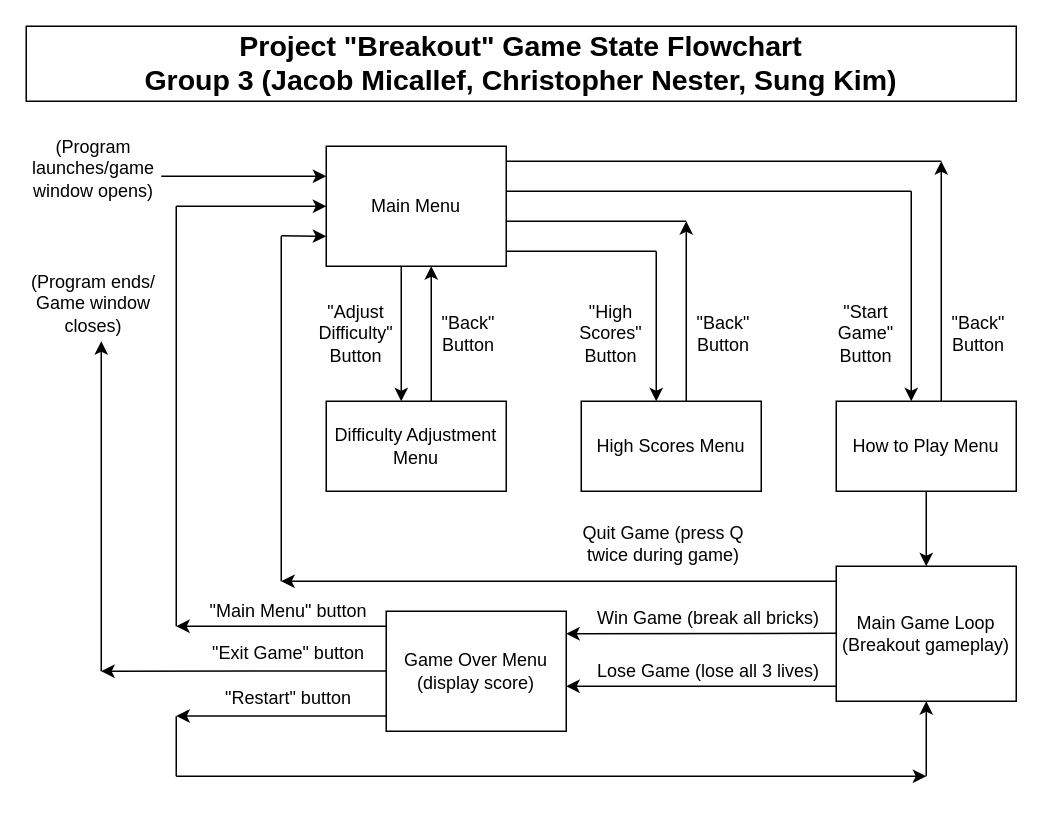
This is Documentation/Game State Flowchart.drawio from JMicallef97/CMSC-495---Breakout, a draw.io file, before an edit. Source tidied: cells renumbered, new cells numbered last; positions are measured from the earlier drawing's top-left corner, leaving out a move shared by most shapes. Both pictures are drawn from the tidied source at 150%, with x=0, y=0 at pixel (26, 26).
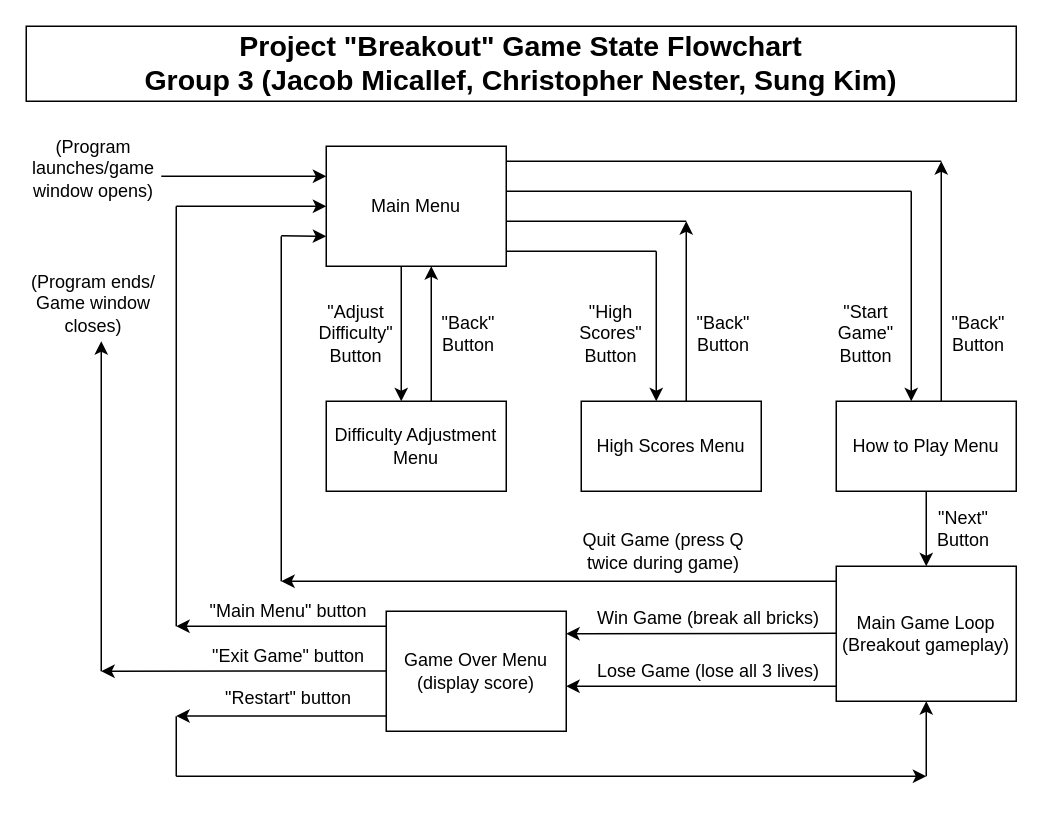
The same page after the edit.

Commit message (it also covers changes not shown here):
Updated Game State Flowchart

Diff of the diagram source:
```diff
@@
     <mxCell id="29" value="Quit Game (press Q twice during game)" style="text;html=1;align=center;verticalAlign=middle;whiteSpace=wrap;rounded=0;" parent="1" vertex="1">
-      <mxGeometry x="370" y="330" width="110" height="30" as="geometry" />
+      <mxGeometry x="370" y="340" width="110" height="20" as="geometry" />
     </mxCell>
@@
     <mxCell id="43" value="&quot;Exit Game&quot; button" style="text;html=1;align=center;verticalAlign=middle;whiteSpace=wrap;rounded=0;" parent="1" vertex="1">
-      <mxGeometry x="120" y="410" width="110" height="15" as="geometry" />
+      <mxGeometry x="120" y="410" width="110" height="20" as="geometry" />
     </mxCell>
@@
+    <mxCell id="49" value="&lt;div&gt;&quot;Next&quot;&lt;/div&gt;&lt;div&gt;Button&lt;/div&gt;" style="text;html=1;align=center;verticalAlign=middle;whiteSpace=wrap;rounded=0;" parent="1" vertex="1">
+      <mxGeometry x="600" y="320" width="50" height="30" as="geometry" />
+    </mxCell>
```
